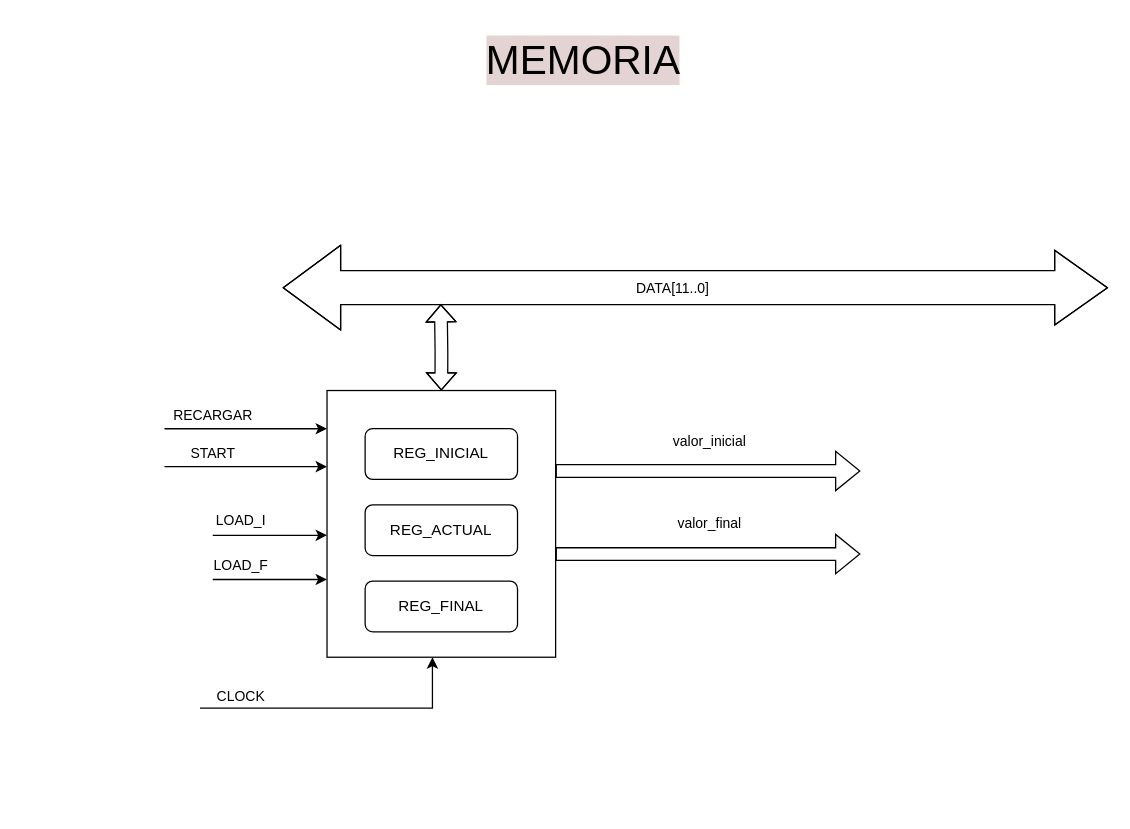
albertinap/IDL keeps this draw.io diagram as page "Memoria" (3 of 6) of Integrador/Integrador.drawio. Above is the earlier version. Source tidied: cells renumbered, new cells numbered last; positions are measured from the earlier drawing's top-left corner, leaving out a move shared by most shapes. Both pictures are drawn from the tidied source at 127%, with x=0, y=0 at pixel (164, 22).
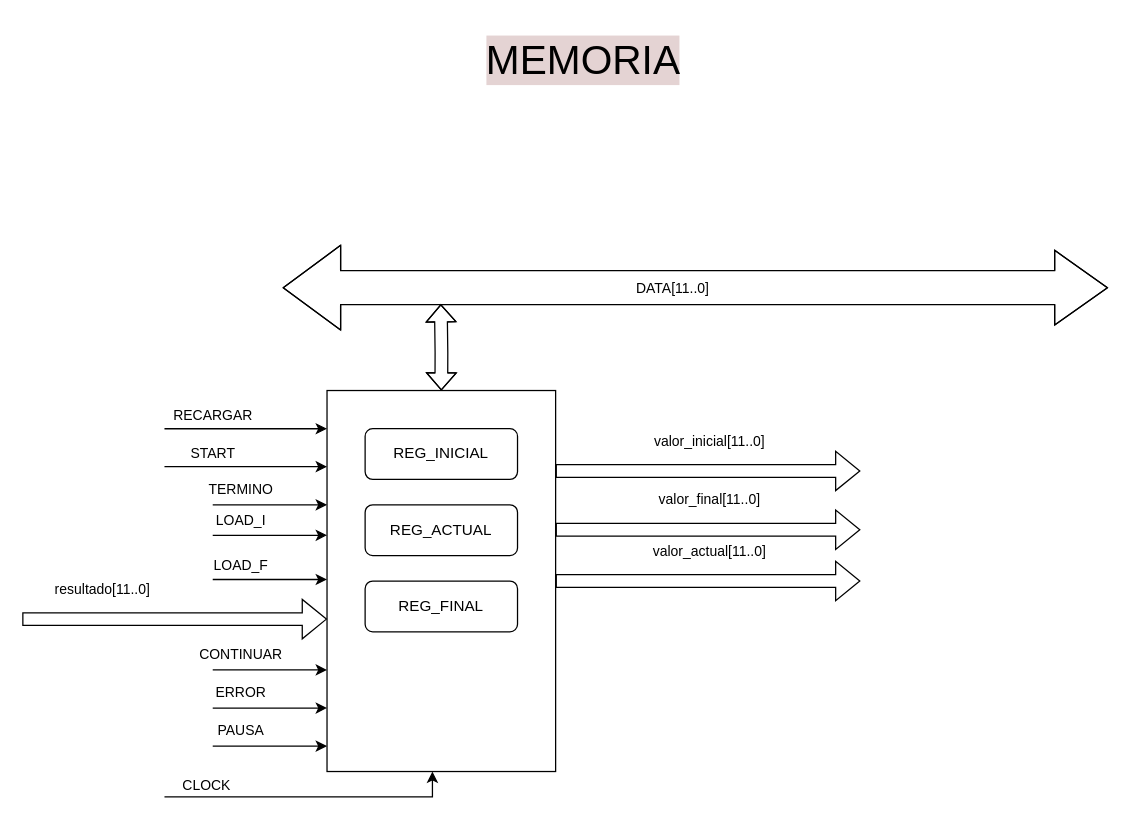
The same diagram, later.

The change refers to these unchanged cells:
```xml
<mxCell id="17" style="shape=flexArrow;endArrow=classic;html=1;rounded=0;" parent="1" edge="1">
  <mxGeometry relative="1" as="geometry">
    <mxPoint x="308" y="353.3" as="sourcePoint" />
    <mxPoint x="548" y="353.3" as="targetPoint" />
  </mxGeometry>
</mxCell>
```

Diff of the diagram source:
```diff
@@
     <mxCell id="2" style="rounded=0;whiteSpace=wrap;html=1;" parent="1" vertex="1">
-      <mxGeometry x="128" y="290" width="180" height="210" as="geometry" />
+      <mxGeometry x="128" y="290" width="180" height="300" as="geometry" />
     </mxCell>
@@
     <mxCell id="15" style="edgeStyle=orthogonalEdgeStyle;rounded=0;jettySize=auto;html=1;" parent="1" edge="1" target="2">
       <mxGeometry relative="1" as="geometry">
-        <mxPoint x="28" y="540" as="sourcePoint" />
+        <mxPoint y="610" as="sourcePoint" />
         <Array as="points">
-          <mxPoint x="28" y="540" />
-          <mxPoint x="211" y="540" />
+          <mxPoint x="211" y="610" />
         </Array>
       </mxGeometry>
     </mxCell>
@@
-    <mxCell id="18" value="valor_inicial" style="edgeLabel;html=1;align=center;verticalAlign=middle;" parent="17" vertex="1">
+    <mxCell id="18" value="valor_inicial[11..0&lt;span style=&quot;background-color: light-dark(#ffffff, var(--ge-dark-color, #121212)); color: light-dark(rgb(0, 0, 0), rgb(255, 255, 255));&quot;&gt;]&lt;/span&gt;" style="edgeLabel;html=1;align=center;verticalAlign=middle;" parent="17" vertex="1">
       <mxGeometry x="0.09" y="2" relative="1" as="geometry">
         <mxPoint x="-11" y="-22" as="offset" />
       </mxGeometry>
     </mxCell>
     <mxCell id="19" style="shape=flexArrow;endArrow=classic;html=1;rounded=0;" parent="1" edge="1">
       <mxGeometry relative="1" as="geometry">
-        <mxPoint x="308" y="418.8" as="sourcePoint" />
-        <mxPoint x="548" y="418.8" as="targetPoint" />
+        <mxPoint x="308" y="399.6" as="sourcePoint" />
+        <mxPoint x="548" y="399.6" as="targetPoint" />
       </mxGeometry>
     </mxCell>
-    <mxCell id="20" value="valor_final" style="edgeLabel;html=1;align=center;verticalAlign=middle;" parent="19" vertex="1">
+    <mxCell id="20" value="valor_final[11..0&lt;span style=&quot;color: light-dark(rgb(0, 0, 0), rgb(255, 255, 255));&quot;&gt;]&lt;/span&gt;" style="edgeLabel;html=1;align=center;verticalAlign=middle;" parent="19" vertex="1">
       <mxGeometry x="0.09" y="2" relative="1" as="geometry">
         <mxPoint x="-11" y="-22" as="offset" />
       </mxGeometry>
     </mxCell>
@@
+    <mxCell id="24" style="shape=flexArrow;endArrow=classic;html=1;rounded=0;" parent="1" edge="1">
+      <mxGeometry relative="1" as="geometry">
+        <mxPoint x="308" y="440" as="sourcePoint" />
+        <mxPoint x="548" y="440" as="targetPoint" />
+      </mxGeometry>
+    </mxCell>
+    <mxCell id="25" value="valor_actual[11..0&lt;span style=&quot;color: light-dark(rgb(0, 0, 0), rgb(255, 255, 255));&quot;&gt;]&lt;/span&gt;" style="edgeLabel;html=1;align=center;verticalAlign=middle;" parent="24" vertex="1">
+      <mxGeometry x="0.09" y="2" relative="1" as="geometry">
+        <mxPoint x="-11" y="-22" as="offset" />
+      </mxGeometry>
+    </mxCell>
+    <mxCell id="26" style="shape=flexArrow;endArrow=classic;html=1;rounded=0;" parent="1" edge="1">
+      <mxGeometry relative="1" as="geometry">
+        <mxPoint x="-112" y="470" as="sourcePoint" />
+        <mxPoint x="128" y="470" as="targetPoint" />
+      </mxGeometry>
+    </mxCell>
+    <mxCell id="27" value="resultado[11..0]" style="edgeLabel;html=1;align=center;verticalAlign=middle;" parent="26" vertex="1">
+      <mxGeometry x="0.09" y="2" relative="1" as="geometry">
+        <mxPoint x="-69" y="-22" as="offset" />
+      </mxGeometry>
+    </mxCell>
+    <mxCell id="28" style="edgeStyle=orthogonalEdgeStyle;rounded=0;orthogonalLoop=1;jettySize=auto;html=1;" parent="1" edge="1">
+      <mxGeometry relative="1" as="geometry">
+        <mxPoint x="38" y="380" as="sourcePoint" />
+        <mxPoint x="128" y="380" as="targetPoint" />
+      </mxGeometry>
+    </mxCell>
+    <mxCell id="29" value="TERMINO" style="edgeLabel;html=1;align=center;verticalAlign=middle;" parent="28" vertex="1">
+      <mxGeometry x="-0.72" y="2" relative="1" as="geometry">
+        <mxPoint x="8" y="-11" as="offset" />
+      </mxGeometry>
+    </mxCell>
+    <mxCell id="30" style="edgeStyle=orthogonalEdgeStyle;rounded=0;orthogonalLoop=1;jettySize=auto;html=1;" parent="1" edge="1">
+      <mxGeometry relative="1" as="geometry">
+        <mxPoint x="38" y="510" as="sourcePoint" />
+        <mxPoint x="128" y="510" as="targetPoint" />
+      </mxGeometry>
+    </mxCell>
+    <mxCell id="31" value="CONTINUAR" style="edgeLabel;html=1;align=center;verticalAlign=middle;" parent="30" vertex="1">
+      <mxGeometry x="-0.72" y="2" relative="1" as="geometry">
+        <mxPoint x="8" y="-11" as="offset" />
+      </mxGeometry>
+    </mxCell>
+    <mxCell id="32" style="edgeStyle=orthogonalEdgeStyle;rounded=0;orthogonalLoop=1;jettySize=auto;html=1;" parent="1" edge="1">
+      <mxGeometry relative="1" as="geometry">
+        <mxPoint x="38" y="540" as="sourcePoint" />
+        <mxPoint x="128" y="540" as="targetPoint" />
+      </mxGeometry>
+    </mxCell>
+    <mxCell id="33" value="ERROR" style="edgeLabel;html=1;align=center;verticalAlign=middle;" parent="32" vertex="1">
+      <mxGeometry x="-0.72" y="2" relative="1" as="geometry">
+        <mxPoint x="8" y="-11" as="offset" />
+      </mxGeometry>
+    </mxCell>
+    <mxCell id="34" style="edgeStyle=orthogonalEdgeStyle;rounded=0;orthogonalLoop=1;jettySize=auto;html=1;" parent="1" edge="1">
+      <mxGeometry relative="1" as="geometry">
+        <mxPoint x="38" y="570" as="sourcePoint" />
+        <mxPoint x="128" y="570" as="targetPoint" />
+      </mxGeometry>
+    </mxCell>
+    <mxCell id="35" value="PAUSA" style="edgeLabel;html=1;align=center;verticalAlign=middle;" parent="34" vertex="1">
+      <mxGeometry x="-0.72" y="2" relative="1" as="geometry">
+        <mxPoint x="8" y="-11" as="offset" />
+      </mxGeometry>
+    </mxCell>
```
